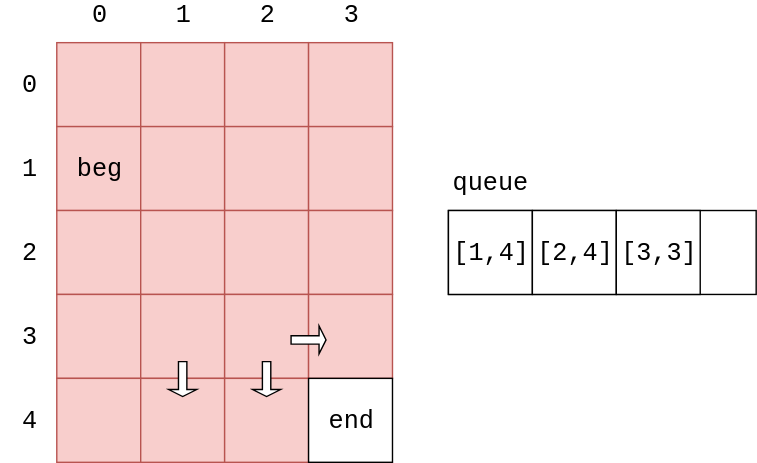
Before: docs/Search/res/BreadthFirstSearch17.svg, a diagram exported from draw.io (linrongbin16/way-to-algorithm). Source tidied: cells renumbered, new cells last; positions are measured from the earlier drawing's top-left corner, leaving out a move shared by most shapes.
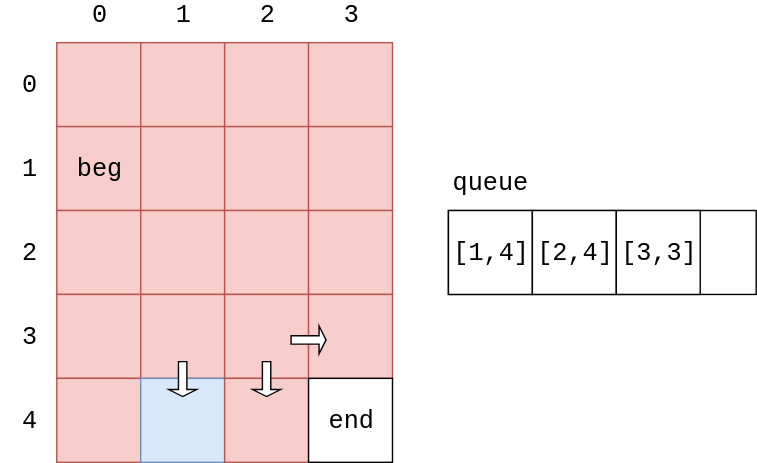
The same diagram one commit later.

Diff of the diagram source:
```diff
@@ -80,7 +80,7 @@
     <mxCell id="27" style="rounded=0;whiteSpace=wrap;html=1;fontFamily=Courier New;fontSize=18;fillColor=#f8cecc;strokeColor=#b85450;" parent="1" vertex="1">
       <mxGeometry x="40" y="270" width="60" height="60" as="geometry" />
     </mxCell>
-    <mxCell id="28" style="rounded=0;whiteSpace=wrap;html=1;fontFamily=Courier New;fontSize=18;fillColor=#f8cecc;strokeColor=#b85450;" parent="1" vertex="1">
+    <mxCell id="28" style="rounded=0;whiteSpace=wrap;html=1;fontFamily=Courier New;fontSize=18;fillColor=#dae8fc;strokeColor=#6c8ebf;" parent="1" vertex="1">
       <mxGeometry x="100" y="270" width="60" height="60" as="geometry" />
     </mxCell>
     <mxCell id="29" style="rounded=0;whiteSpace=wrap;html=1;fontFamily=Courier New;fontSize=18;fillColor=#f8cecc;strokeColor=#b85450;shadow=0;" parent="1" vertex="1">
```
